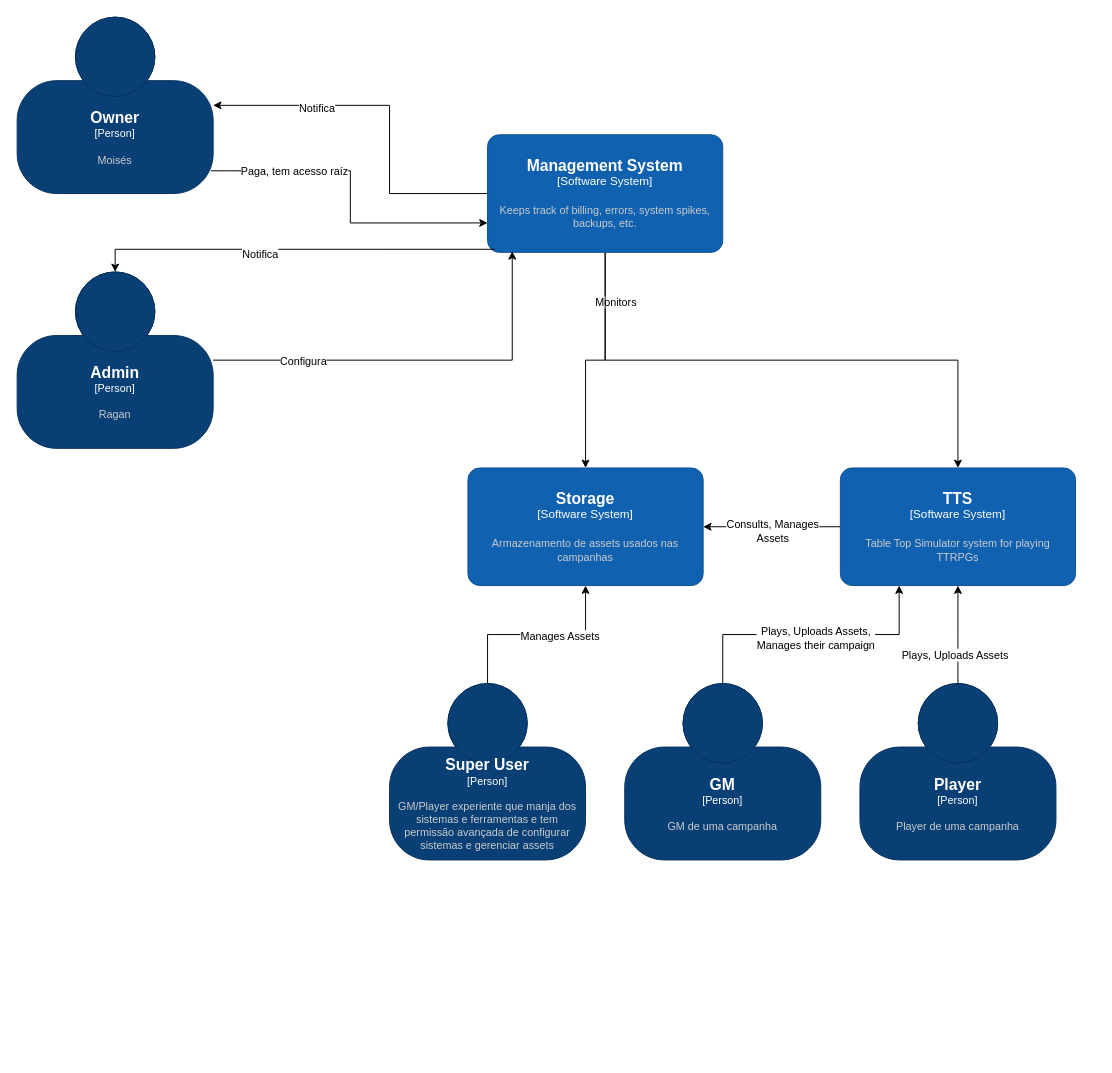
The draw.io diagram page "Context" (1 of 2) of C4.drawio in rafael-g-depaulo/Guilda-Nuvem, before the edit. Source tidied: cells renumbered, new cells numbered last; positions are measured from the earlier drawing's top-left corner, leaving out a move shared by most shapes. Both pictures are drawn from the tidied source at 98%, with x=0, y=0 at pixel (17, 17).
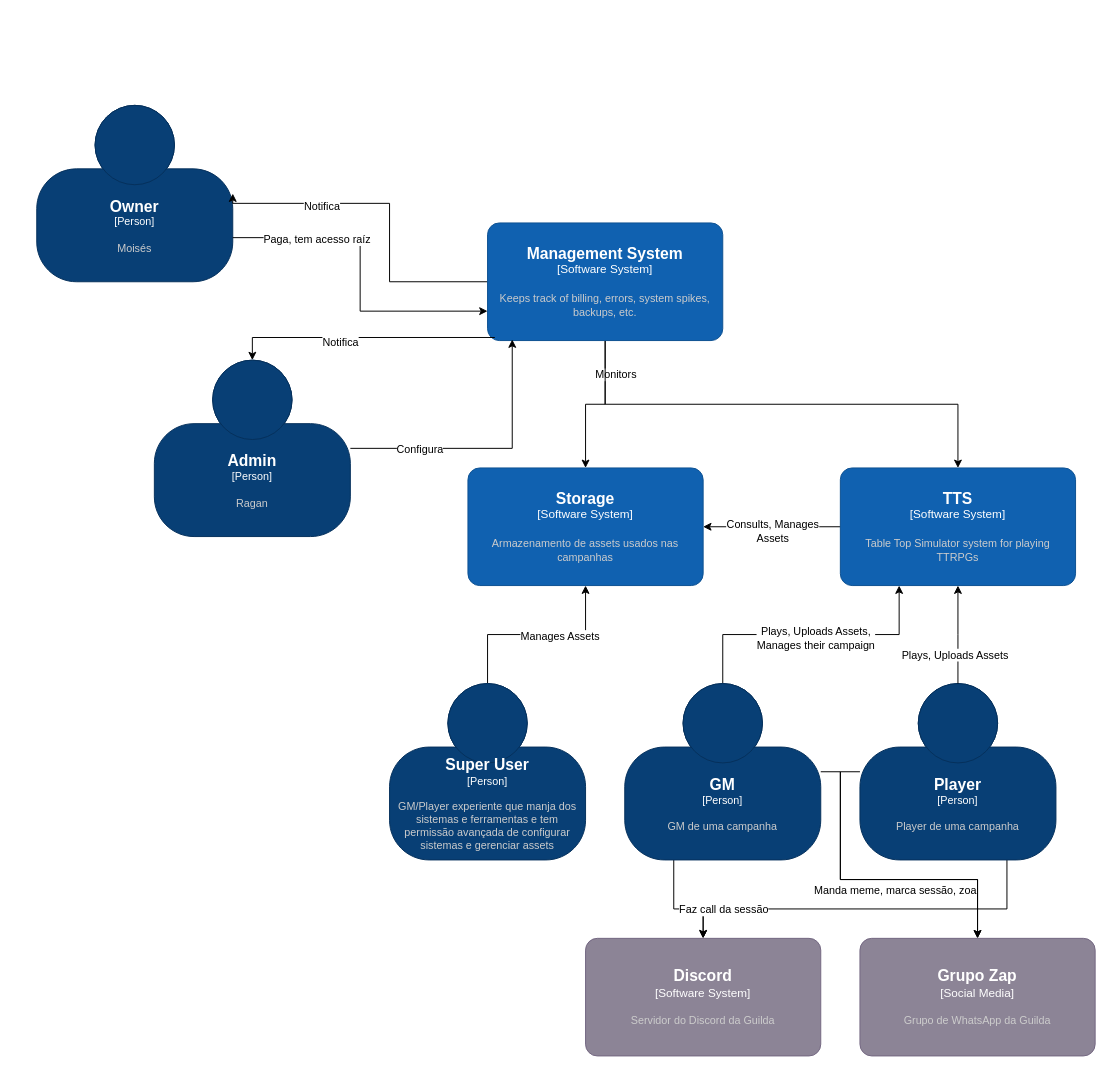
After the change.

The change refers to these unchanged cells:
```xml
<object id="6" label="&lt;font style=&quot;font-size: 16px&quot;&gt;&lt;b&gt;%c4Name%&lt;/b&gt;&lt;/font&gt;&lt;div&gt;[%c4Type%]&lt;/div&gt;&lt;br&gt;&lt;div&gt;&lt;font style=&quot;font-size: 11px&quot;&gt;&lt;font color=&quot;#cccccc&quot;&gt;%c4Description%&lt;/font&gt;&lt;/div&gt;" c4Description="GM de uma campanha" c4Name="GM" c4Type="Person" placeholders="1">
  <mxCell style="html=1;fontSize=11;dashed=0;whiteSpace=wrap;fillColor=#083F75;strokeColor=#06315C;fontColor=#ffffff;shape=mxgraph.c4.person2;align=center;points=[[0.5,0,0],[1,0.5,0],[1,0.75,0],[0.75,1,0],[0.5,1,0],[0.25,1,0],[0,0.75,0],[0,0.5,0]];" parent="1" vertex="1">
    <mxGeometry x="620" y="680" width="200" height="180" as="geometry" />
  </mxCell>
</object>
<object id="7" label="&lt;font style=&quot;font-size: 16px&quot;&gt;&lt;b&gt;%c4Name%&lt;/b&gt;&lt;/font&gt;&lt;div&gt;[%c4Type%]&lt;/div&gt;&lt;br&gt;&lt;div&gt;&lt;font style=&quot;font-size: 11px&quot;&gt;&lt;font color=&quot;#cccccc&quot;&gt;%c4Description%&lt;/font&gt;&lt;/div&gt;" c4Description="Player de uma campanha" c4Name="Player" c4Type="Person" placeholders="1">
  <mxCell style="html=1;fontSize=11;dashed=0;whiteSpace=wrap;fillColor=#083F75;strokeColor=#06315C;fontColor=#ffffff;shape=mxgraph.c4.person2;align=center;points=[[0.5,0,0],[1,0.5,0],[1,0.75,0],[0.75,1,0],[0.5,1,0],[0.25,1,0],[0,0.75,0],[0,0.5,0]];" parent="1" vertex="1">
    <mxGeometry x="860" y="680" width="200" height="180" as="geometry" />
  </mxCell>
</object>
```

The edit, as a diff of the source:
```diff
@@
     <object id="2" label="&lt;font style=&quot;font-size: 16px&quot;&gt;&lt;b&gt;%c4Name%&lt;/b&gt;&lt;/font&gt;&lt;div&gt;[%c4Type%]&lt;/div&gt;&lt;br&gt;&lt;div&gt;&lt;font style=&quot;font-size: 11px&quot;&gt;&lt;font color=&quot;#cccccc&quot;&gt;%c4Description%&lt;/font&gt;&lt;/div&gt;" c4Description="Moisés" c4Name="Owner" c4Type="Person" placeholders="1">
       <mxCell style="html=1;fontSize=11;dashed=0;whiteSpace=wrap;fillColor=#083F75;strokeColor=#06315C;fontColor=#ffffff;shape=mxgraph.c4.person2;align=center;points=[[0.5,0,0],[1,0.5,0],[1,0.75,0],[0.75,1,0],[0.5,1,0],[0.25,1,0],[0,0.75,0],[0,0.5,0]];" parent="1" vertex="1">
-        <mxGeometry width="200" height="180" as="geometry" />
+        <mxGeometry x="20" y="90" width="200" height="180" as="geometry" />
       </mxCell>
     </object>
     <object id="3" label="&lt;font style=&quot;font-size: 16px&quot;&gt;&lt;b&gt;%c4Name%&lt;/b&gt;&lt;/font&gt;&lt;div&gt;[%c4Type%]&lt;/div&gt;&lt;br&gt;&lt;div&gt;&lt;font style=&quot;font-size: 11px&quot;&gt;&lt;font color=&quot;#cccccc&quot;&gt;%c4Description%&lt;/font&gt;&lt;/div&gt;" c4Description="Ragan" c4Name="Admin" c4Type="Person" placeholders="1">
       <mxCell style="html=1;fontSize=11;dashed=0;whiteSpace=wrap;fillColor=#083F75;strokeColor=#06315C;fontColor=#ffffff;shape=mxgraph.c4.person2;align=center;points=[[0.5,0,0],[1,0.5,0],[1,0.75,0],[0.75,1,0],[0.5,1,0],[0.25,1,0],[0,0.75,0],[0,0.5,0]];" parent="1" vertex="1">
-        <mxGeometry y="260" width="200" height="180" as="geometry" />
+        <mxGeometry x="140" y="350" width="200" height="180" as="geometry" />
       </mxCell>
     </object>
@@
+    <mxCell id="29" style="edgeStyle=orthogonalEdgeStyle;rounded=0;jettySize=auto;html=1;exitX=0.25;exitY=1;exitDx=0;exitDy=0;exitPerimeter=0;" parent="1" edge="1" source="6" target="33">
+      <mxGeometry relative="1" as="geometry">
+        <Array as="points">
+          <mxPoint x="670" y="910" />
+          <mxPoint x="700" y="910" />
+        </Array>
+      </mxGeometry>
+    </mxCell>
@@
+    <mxCell id="30" style="edgeStyle=orthogonalEdgeStyle;rounded=0;jettySize=auto;html=1;entryX=0.5;entryY=0;entryDx=0;entryDy=0;entryPerimeter=0;" parent="1" edge="1" source="7" target="34">
+      <mxGeometry relative="1" as="geometry">
+        <Array as="points">
+          <mxPoint x="840" y="770" />
+          <mxPoint x="840" y="880" />
+          <mxPoint x="980" y="880" />
+        </Array>
+      </mxGeometry>
+    </mxCell>
+    <mxCell id="31" style="edgeStyle=orthogonalEdgeStyle;rounded=0;jettySize=auto;html=1;exitX=0.75;exitY=1;exitDx=0;exitDy=0;exitPerimeter=0;" parent="1" edge="1" source="7" target="33">
+      <mxGeometry relative="1" as="geometry">
+        <Array as="points">
+          <mxPoint x="1010" y="910" />
+          <mxPoint x="700" y="910" />
+        </Array>
+      </mxGeometry>
+    </mxCell>
+    <mxCell id="32" value="Faz call da sessão" style="edgeLabel;html=1;align=center;verticalAlign=middle;" parent="31" vertex="1">
+      <mxGeometry x="0.57" y="3" relative="1" as="geometry">
+        <mxPoint x="-34" y="-3" as="offset" />
+      </mxGeometry>
+    </mxCell>
@@
-    <mxCell id="17" style="edgeStyle=orthogonalEdgeStyle;rounded=0;jettySize=auto;html=1;" parent="1" edge="1" source="22" target="2">
+    <mxCell id="17" style="edgeStyle=orthogonalEdgeStyle;rounded=0;jettySize=auto;html=1;entryX=1;entryY=0.5;entryDx=0;entryDy=0;entryPerimeter=0;" parent="1" edge="1" source="22" target="2">
       <mxGeometry relative="1" as="geometry">
         <Array as="points">
-          <mxPoint x="380" y="180" />
-          <mxPoint x="380" y="90" />
+          <mxPoint x="380" y="270" />
+          <mxPoint x="380" y="190" />
         </Array>
       </mxGeometry>
     </mxCell>
@@
     <object id="22" label="&lt;font style=&quot;font-size: 16px&quot;&gt;&lt;b&gt;%c4Name%&lt;/b&gt;&lt;/font&gt;&lt;div&gt;[%c4Type%]&lt;/div&gt;&lt;br&gt;&lt;div&gt;&lt;font style=&quot;font-size: 11px&quot;&gt;&lt;font color=&quot;#cccccc&quot;&gt;%c4Description%&lt;/font&gt;&lt;/div&gt;" c4Description="Keeps track of billing, errors, system spikes, backups, etc." c4Name="Management System" c4Type="Software System" placeholders="1">
       <mxCell style="rounded=1;whiteSpace=wrap;html=1;labelBackgroundColor=none;fillColor=#1061B0;fontColor=#ffffff;align=center;arcSize=10;strokeColor=#0D5091;points=[[0.25,0,0],[0.5,0,0],[0.75,0,0],[1,0.25,0],[1,0.5,0],[1,0.75,0],[0.75,1,0],[0.5,1,0],[0.25,1,0],[0,0.75,0],[0,0.5,0],[0,0.25,0]];" parent="1" vertex="1">
-        <mxGeometry x="480" y="120" width="240" height="120" as="geometry" />
+        <mxGeometry x="480" y="210" width="240" height="120" as="geometry" />
       </mxCell>
     </object>
@@
-    <mxCell id="25" style="edgeStyle=orthogonalEdgeStyle;rounded=0;jettySize=auto;html=1;entryX=0;entryY=0.75;entryDx=0;entryDy=0;entryPerimeter=0;exitX=0.988;exitY=0.871;exitDx=0;exitDy=0;exitPerimeter=0;" parent="1" edge="1" source="2" target="22">
+    <mxCell id="25" style="edgeStyle=orthogonalEdgeStyle;rounded=0;jettySize=auto;html=1;entryX=0;entryY=0.75;entryDx=0;entryDy=0;entryPerimeter=0;exitX=1;exitY=0.75;exitDx=0;exitDy=0;exitPerimeter=0;" parent="1" edge="1" source="2" target="22">
       <mxGeometry relative="1" as="geometry" />
     </mxCell>
@@
     <mxCell id="27" style="edgeStyle=orthogonalEdgeStyle;rounded=0;jettySize=auto;html=1;entryX=0.105;entryY=0.991;entryDx=0;entryDy=0;entryPerimeter=0;" parent="1" edge="1" source="3" target="22">
       <mxGeometry relative="1" as="geometry">
         <Array as="points">
-          <mxPoint x="505" y="350" />
+          <mxPoint x="505" y="440" />
         </Array>
       </mxGeometry>
     </mxCell>
     <mxCell id="28" value="Configura" style="edgeLabel;html=1;align=center;verticalAlign=middle;" parent="27" vertex="1">
       <mxGeometry x="-0.08" relative="1" as="geometry">
-        <mxPoint x="-100" as="offset" />
+        <mxPoint x="-57" as="offset" />
       </mxGeometry>
     </mxCell>
+    <object id="33" label="&lt;font style=&quot;font-size: 16px&quot;&gt;&lt;b&gt;%c4Name%&lt;/b&gt;&lt;/font&gt;&lt;div&gt;[%c4Type%]&lt;/div&gt;&lt;br&gt;&lt;div&gt;&lt;font style=&quot;font-size: 11px&quot;&gt;&lt;font color=&quot;#cccccc&quot;&gt;%c4Description%&lt;/font&gt;&lt;/div&gt;" c4Description="Servidor do Discord da Guilda" c4Name="Discord" c4Type="Software System" placeholders="1">
+      <mxCell style="rounded=1;whiteSpace=wrap;html=1;labelBackgroundColor=none;fillColor=#8C8496;fontColor=#ffffff;align=center;arcSize=10;strokeColor=#736782;points=[[0.25,0,0],[0.5,0,0],[0.75,0,0],[1,0.25,0],[1,0.5,0],[1,0.75,0],[0.75,1,0],[0.5,1,0],[0.25,1,0],[0,0.75,0],[0,0.5,0],[0,0.25,0]];" parent="1" vertex="1">
+        <mxGeometry x="580" y="940" width="240" height="120" as="geometry" />
+      </mxCell>
+    </object>
+    <object id="34" label="&lt;font style=&quot;font-size: 16px&quot;&gt;&lt;b&gt;%c4Name%&lt;/b&gt;&lt;/font&gt;&lt;div&gt;[%c4Type%]&lt;/div&gt;&lt;br&gt;&lt;div&gt;&lt;font style=&quot;font-size: 11px&quot;&gt;&lt;font color=&quot;#cccccc&quot;&gt;%c4Description%&lt;/font&gt;&lt;/div&gt;" c4Description="Grupo de WhatsApp da Guilda" c4Name="Grupo Zap" c4Type="Social Media" placeholders="1">
+      <mxCell style="rounded=1;whiteSpace=wrap;html=1;labelBackgroundColor=none;fillColor=#8C8496;fontColor=#ffffff;align=center;arcSize=10;strokeColor=#736782;points=[[0.25,0,0],[0.5,0,0],[0.75,0,0],[1,0.25,0],[1,0.5,0],[1,0.75,0],[0.75,1,0],[0.5,1,0],[0.25,1,0],[0,0.75,0],[0,0.5,0],[0,0.25,0]];" parent="1" vertex="1">
+        <mxGeometry x="860" y="940" width="240" height="120" as="geometry" />
+      </mxCell>
+    </object>
+    <mxCell id="35" style="edgeStyle=orthogonalEdgeStyle;rounded=0;jettySize=auto;html=1;entryX=0.5;entryY=0;entryDx=0;entryDy=0;entryPerimeter=0;exitX=1;exitY=0.5;exitDx=0;exitDy=0;exitPerimeter=0;" parent="1" edge="1" source="6" target="34">
+      <mxGeometry relative="1" as="geometry">
+        <Array as="points">
+          <mxPoint x="840" y="770" />
+          <mxPoint x="840" y="880" />
+          <mxPoint x="980" y="880" />
+        </Array>
+      </mxGeometry>
+    </mxCell>
+    <mxCell id="36" value="Manda meme, marca sessão, zoa" style="edgeLabel;html=1;align=center;verticalAlign=middle;" parent="35" vertex="1">
+      <mxGeometry x="-0.12" y="-2" relative="1" as="geometry">
+        <mxPoint x="40" y="8" as="offset" />
+      </mxGeometry>
+    </mxCell>
```
